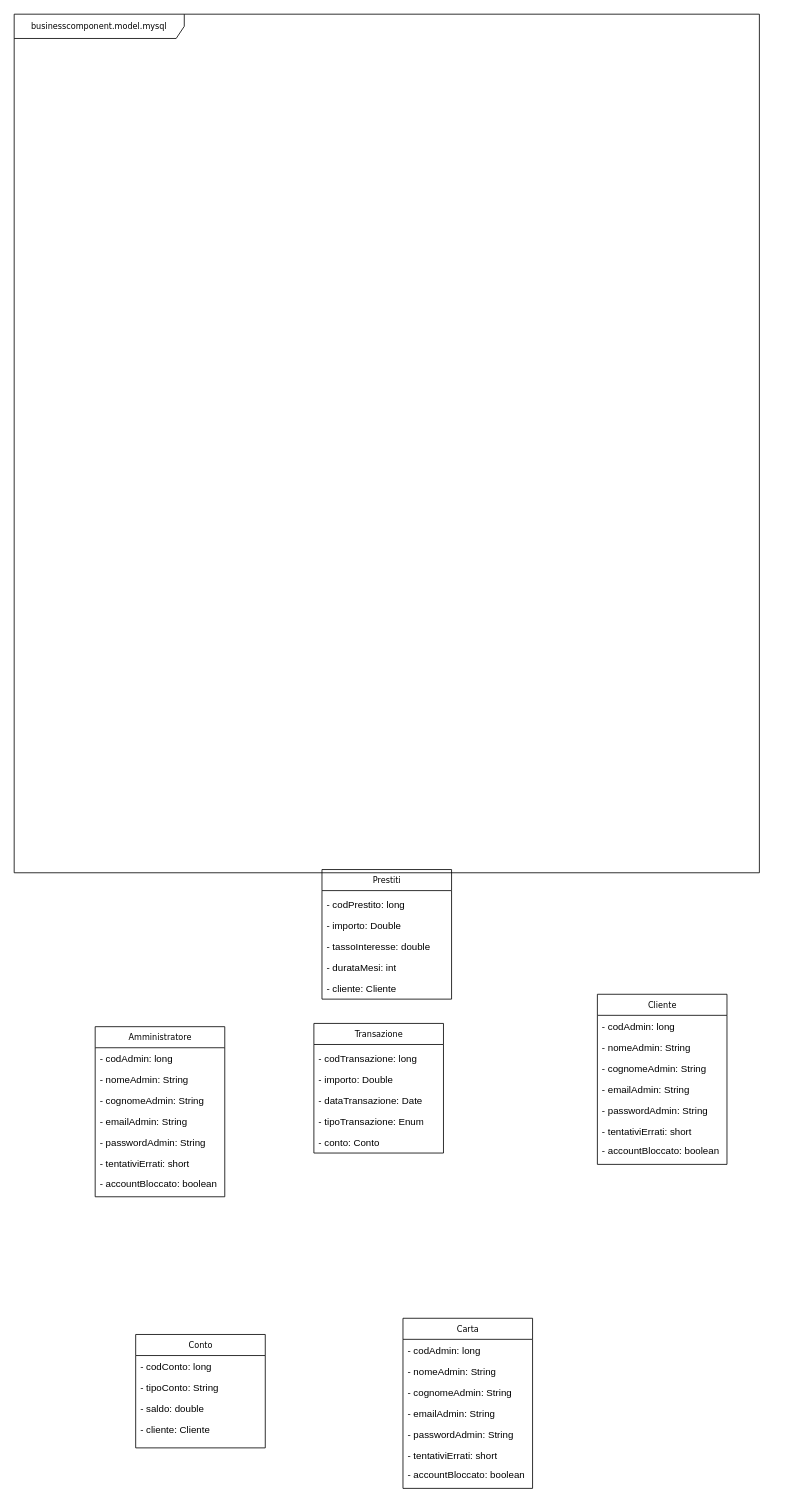
Earlier version of the draw.io diagram page "model" (1 of 4) of DiagrammaCalssi.drawio (davide-vigano-tas/applicazione-bancaria). Source tidied: cells renumbered, new cells numbered last; positions are measured from the earlier drawing's top-left corner, leaving out a move shared by most shapes. Both pictures are drawn from the tidied source at 81%, with x=0, y=0 at pixel (14, 14).
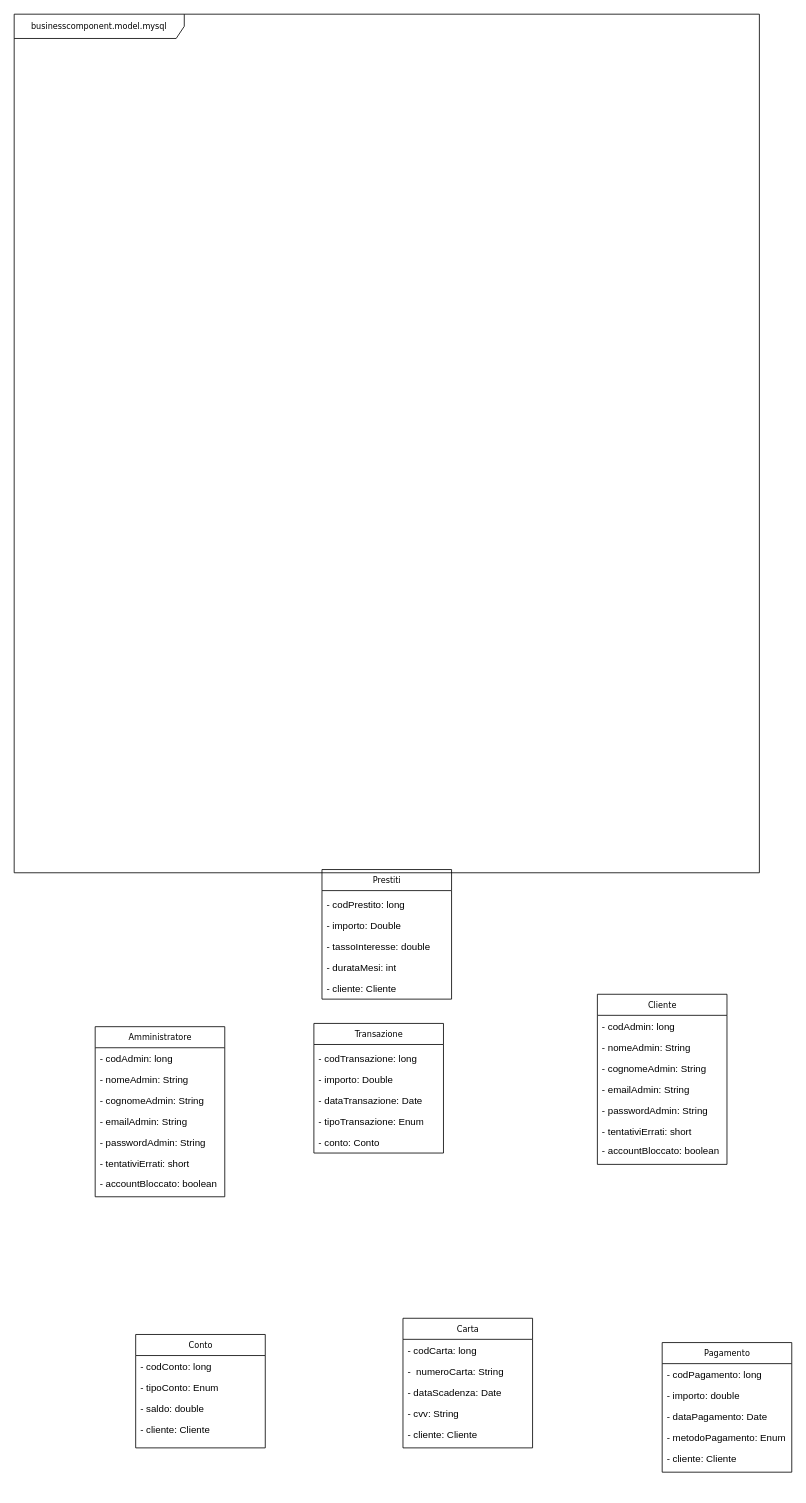
The same page after the edit.

The change refers to these unchanged cells:
```xml
<mxCell id="19" value="Conto" style="swimlane;html=1;fontStyle=0;horizontal=1;startSize=26;fillColor=none;swimlaneFillColor=#ffffff;rounded=0;shadow=0;comic=0;labelBackgroundColor=none;strokeWidth=1;fontFamily=Verdana;fontSize=10;align=center;" parent="1" vertex="1">
  <mxGeometry x="150" y="1630" width="160" height="140" as="geometry" />
</mxCell>
```

The edit, as a diff of the source:
```diff
@@
-    <mxCell id="21" value="- tipoConto: String" style="text;html=1;strokeColor=none;fillColor=none;align=left;verticalAlign=top;spacingLeft=4;spacingRight=4;whiteSpace=wrap;overflow=hidden;" parent="19" vertex="1">
+    <mxCell id="21" value="- tipoConto: Enum" style="text;html=1;strokeColor=none;fillColor=none;align=left;verticalAlign=top;spacingLeft=4;spacingRight=4;whiteSpace=wrap;overflow=hidden;" parent="19" vertex="1">
       <mxGeometry y="52" width="160" height="26" as="geometry" />
     </mxCell>
@@
     <mxCell id="31" value="Carta" style="swimlane;html=1;fontStyle=0;horizontal=1;startSize=26;fillColor=none;swimlaneFillColor=#ffffff;rounded=0;shadow=0;comic=0;labelBackgroundColor=none;strokeWidth=1;fontFamily=Verdana;fontSize=10;align=center;" parent="1" vertex="1">
-      <mxGeometry x="480" y="1610" width="160" height="210" as="geometry" />
+      <mxGeometry x="480" y="1610" width="160" height="160" as="geometry" />
     </mxCell>
-    <mxCell id="32" value="- codAdmin: long" style="text;html=1;strokeColor=none;fillColor=none;align=left;verticalAlign=top;spacingLeft=4;spacingRight=4;whiteSpace=wrap;overflow=hidden;" parent="31" vertex="1">
+    <mxCell id="32" value="- codCarta: long" style="text;html=1;strokeColor=none;fillColor=none;align=left;verticalAlign=top;spacingLeft=4;spacingRight=4;whiteSpace=wrap;overflow=hidden;" parent="31" vertex="1">
       <mxGeometry y="26" width="160" height="26" as="geometry" />
     </mxCell>
-    <mxCell id="33" value="- nomeAdmin: String" style="text;html=1;strokeColor=none;fillColor=none;align=left;verticalAlign=top;spacingLeft=4;spacingRight=4;whiteSpace=wrap;overflow=hidden;" parent="31" vertex="1">
+    <mxCell id="33" value="-&amp;nbsp; numeroCarta: String" style="text;html=1;strokeColor=none;fillColor=none;align=left;verticalAlign=top;spacingLeft=4;spacingRight=4;whiteSpace=wrap;overflow=hidden;" parent="31" vertex="1">
       <mxGeometry y="52" width="160" height="26" as="geometry" />
     </mxCell>
-    <mxCell id="34" value="- cognomeAdmin: String" style="text;html=1;strokeColor=none;fillColor=none;align=left;verticalAlign=top;spacingLeft=4;spacingRight=4;whiteSpace=wrap;overflow=hidden;" parent="31" vertex="1">
+    <mxCell id="34" value="- dataScadenza: Date" style="text;html=1;strokeColor=none;fillColor=none;align=left;verticalAlign=top;spacingLeft=4;spacingRight=4;whiteSpace=wrap;overflow=hidden;" parent="31" vertex="1">
       <mxGeometry y="78" width="160" height="26" as="geometry" />
     </mxCell>
-    <mxCell id="35" value="- emailAdmin: String" style="text;html=1;strokeColor=none;fillColor=none;align=left;verticalAlign=top;spacingLeft=4;spacingRight=4;whiteSpace=wrap;overflow=hidden;" parent="31" vertex="1">
+    <mxCell id="35" value="- cvv: String" style="text;html=1;strokeColor=none;fillColor=none;align=left;verticalAlign=top;spacingLeft=4;spacingRight=4;whiteSpace=wrap;overflow=hidden;" parent="31" vertex="1">
       <mxGeometry y="104" width="160" height="26" as="geometry" />
     </mxCell>
-    <mxCell id="36" value="- passwordAdmin: String" style="text;html=1;strokeColor=none;fillColor=none;align=left;verticalAlign=top;spacingLeft=4;spacingRight=4;whiteSpace=wrap;overflow=hidden;" parent="31" vertex="1">
+    <mxCell id="36" value="- cliente: Cliente" style="text;html=1;strokeColor=none;fillColor=none;align=left;verticalAlign=top;spacingLeft=4;spacingRight=4;whiteSpace=wrap;overflow=hidden;" parent="31" vertex="1">
       <mxGeometry y="130" width="160" height="26" as="geometry" />
     </mxCell>
-    <mxCell id="37" value="- tentativiErrati: short" style="text;html=1;strokeColor=none;fillColor=none;align=left;verticalAlign=top;spacingLeft=4;spacingRight=4;whiteSpace=wrap;overflow=hidden;" parent="31" vertex="1">
-      <mxGeometry y="156" width="160" height="24" as="geometry" />
-    </mxCell>
-    <mxCell id="38" value="- accountBloccato: boolean" style="text;html=1;strokeColor=none;fillColor=none;align=left;verticalAlign=top;spacingLeft=4;spacingRight=4;whiteSpace=wrap;overflow=hidden;" parent="31" vertex="1">
-      <mxGeometry y="180" width="160" height="24" as="geometry" />
-    </mxCell>
+    <mxCell id="46" value="Pagamento" style="swimlane;html=1;fontStyle=0;horizontal=1;startSize=26;fillColor=none;swimlaneFillColor=#ffffff;rounded=0;shadow=0;comic=0;labelBackgroundColor=none;strokeWidth=1;fontFamily=Verdana;fontSize=10;align=center;" parent="1" vertex="1">
+      <mxGeometry x="800" y="1640" width="160" height="160" as="geometry" />
+    </mxCell>
+    <mxCell id="47" value="- codPagamento: long" style="text;html=1;strokeColor=none;fillColor=none;align=left;verticalAlign=top;spacingLeft=4;spacingRight=4;whiteSpace=wrap;overflow=hidden;" parent="46" vertex="1">
+      <mxGeometry y="26" width="160" height="26" as="geometry" />
+    </mxCell>
+    <mxCell id="48" value="- importo: double" style="text;html=1;strokeColor=none;fillColor=none;align=left;verticalAlign=top;spacingLeft=4;spacingRight=4;whiteSpace=wrap;overflow=hidden;" parent="46" vertex="1">
+      <mxGeometry y="52" width="160" height="26" as="geometry" />
+    </mxCell>
+    <mxCell id="49" value="- dataPagamento: Date" style="text;html=1;strokeColor=none;fillColor=none;align=left;verticalAlign=top;spacingLeft=4;spacingRight=4;whiteSpace=wrap;overflow=hidden;" parent="46" vertex="1">
+      <mxGeometry y="78" width="160" height="26" as="geometry" />
+    </mxCell>
+    <mxCell id="50" value="- metodoPagamento: Enum" style="text;html=1;strokeColor=none;fillColor=none;align=left;verticalAlign=top;spacingLeft=4;spacingRight=4;whiteSpace=wrap;overflow=hidden;" parent="46" vertex="1">
+      <mxGeometry y="104" width="160" height="26" as="geometry" />
+    </mxCell>
+    <mxCell id="51" value="- cliente: Cliente" style="text;html=1;strokeColor=none;fillColor=none;align=left;verticalAlign=top;spacingLeft=4;spacingRight=4;whiteSpace=wrap;overflow=hidden;" parent="46" vertex="1">
+      <mxGeometry y="130" width="160" height="26" as="geometry" />
+    </mxCell>
```
